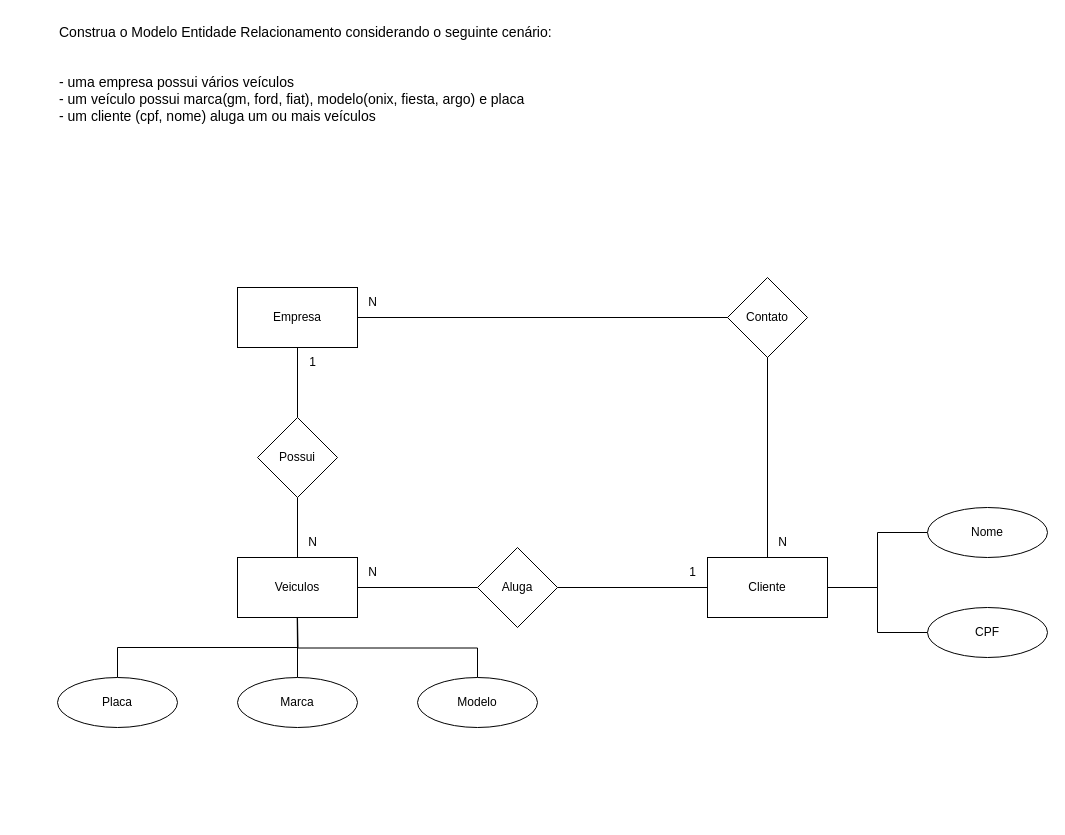
The draw.io diagram Exercícios/Exercício 1.2/1.2 Exercício.drawio in PedroFelix40/Exercicio-Senai-2S, before the edit. Source tidied: cells renumbered, new cells numbered last; positions are measured from the earlier drawing's top-left corner, leaving out a move shared by most shapes. Both pictures are drawn from the tidied source at 100%, with x=0, y=0 at pixel (57, 17).
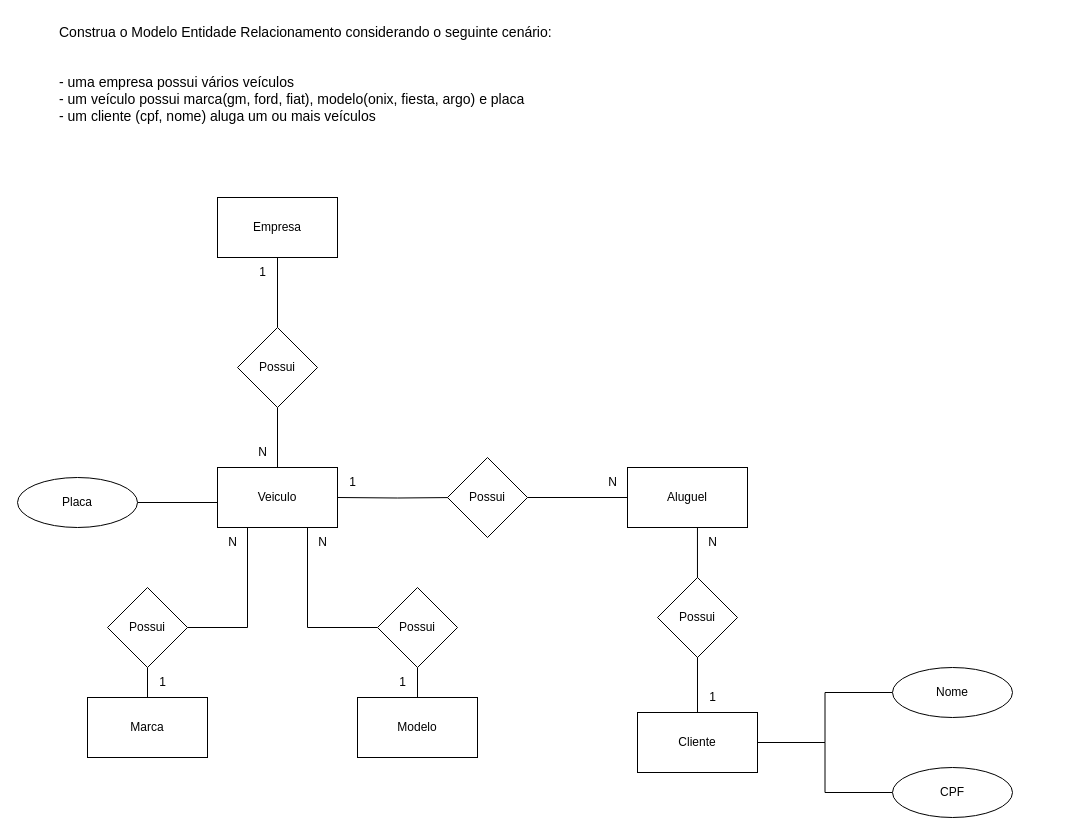
The same diagram, later.

Diff of the diagram source:
```diff
@@
     <mxCell id="2" value="Empresa" style="rounded=0;whiteSpace=wrap;html=1;" parent="1" vertex="1">
-      <mxGeometry x="180" y="270" width="120" height="60" as="geometry" />
+      <mxGeometry x="160" y="180" width="120" height="60" as="geometry" />
     </mxCell>
-    <mxCell id="3" style="edgeStyle=orthogonalEdgeStyle;rounded=0;jettySize=auto;html=1;exitX=0.5;exitY=0;exitDx=0;exitDy=0;entryX=1;entryY=0.5;entryDx=0;entryDy=0;endArrow=none;endFill=0;" parent="1" edge="1" source="4" target="2">
-      <mxGeometry relative="1" as="geometry" />
-    </mxCell>
+    <mxCell id="30" style="edgeStyle=orthogonalEdgeStyle;rounded=0;jettySize=auto;html=1;exitX=0.5;exitY=0;exitDx=0;exitDy=0;entryX=0.583;entryY=1.007;entryDx=0;entryDy=0;entryPerimeter=0;endArrow=none;endFill=0;" parent="1" edge="1" source="4" target="37">
+      <mxGeometry relative="1" as="geometry" />
+    </mxCell>
     <mxCell id="4" value="Cliente" style="rounded=0;whiteSpace=wrap;html=1;" parent="1" vertex="1">
-      <mxGeometry x="650" y="540" width="120" height="60" as="geometry" />
+      <mxGeometry x="580" y="695" width="120" height="60" as="geometry" />
     </mxCell>
-    <mxCell id="5" style="edgeStyle=orthogonalEdgeStyle;rounded=0;jettySize=auto;html=1;exitX=1;exitY=0.5;exitDx=0;exitDy=0;entryX=0;entryY=0.5;entryDx=0;entryDy=0;endArrow=none;endFill=0;" parent="1" edge="1" source="7" target="4">
-      <mxGeometry relative="1" as="geometry" />
-    </mxCell>
-    <mxCell id="6" style="edgeStyle=orthogonalEdgeStyle;rounded=0;jettySize=auto;html=1;exitX=0;exitY=0.5;exitDx=0;exitDy=0;endArrow=none;endFill=0;" parent="1" edge="1" source="7" target="12">
-      <mxGeometry relative="1" as="geometry" />
+    <mxCell id="6" style="edgeStyle=orthogonalEdgeStyle;rounded=0;jettySize=auto;html=1;exitX=0;exitY=0.5;exitDx=0;exitDy=0;endArrow=none;endFill=0;" parent="1" edge="1" target="12">
+      <mxGeometry relative="1" as="geometry">
+        <mxPoint x="400" y="480" as="sourcePoint" />
+      </mxGeometry>
     </mxCell>
-    <mxCell id="7" value="Aluga" style="rhombus;whiteSpace=wrap;html=1;" parent="1" vertex="1">
-      <mxGeometry x="420" y="530" width="80" height="80" as="geometry" />
-    </mxCell>
@@
     <mxCell id="9" value="CPF" style="ellipse;whiteSpace=wrap;html=1;" parent="1" vertex="1">
-      <mxGeometry x="870" y="590" width="120" height="50" as="geometry" />
+      <mxGeometry x="835" y="750" width="120" height="50" as="geometry" />
     </mxCell>
@@
     <mxCell id="11" value="Nome" style="ellipse;whiteSpace=wrap;html=1;" parent="1" vertex="1">
-      <mxGeometry x="870" y="490" width="120" height="50" as="geometry" />
+      <mxGeometry x="835" y="650" width="120" height="50" as="geometry" />
     </mxCell>
-    <mxCell id="12" value="Veiculos" style="rounded=0;whiteSpace=wrap;html=1;" parent="1" vertex="1">
-      <mxGeometry x="180" y="540" width="120" height="60" as="geometry" />
+    <mxCell id="12" value="Veiculo" style="rounded=0;whiteSpace=wrap;html=1;" parent="1" vertex="1">
+      <mxGeometry x="160" y="450" width="120" height="60" as="geometry" />
     </mxCell>
-    <mxCell id="13" style="edgeStyle=orthogonalEdgeStyle;rounded=0;jettySize=auto;html=1;exitX=0.5;exitY=0;exitDx=0;exitDy=0;endArrow=none;endFill=0;" parent="1" edge="1" source="14">
-      <mxGeometry relative="1" as="geometry">
-        <mxPoint x="240" y="600" as="targetPoint" />
-      </mxGeometry>
-    </mxCell>
-    <mxCell id="14" value="Modelo" style="ellipse;whiteSpace=wrap;html=1;" parent="1" vertex="1">
-      <mxGeometry x="360" y="660" width="120" height="50" as="geometry" />
-    </mxCell>
-    <mxCell id="15" style="edgeStyle=orthogonalEdgeStyle;rounded=0;jettySize=auto;html=1;exitX=0.5;exitY=0;exitDx=0;exitDy=0;entryX=0.5;entryY=1;entryDx=0;entryDy=0;endArrow=none;endFill=0;" parent="1" edge="1" source="16" target="12">
-      <mxGeometry relative="1" as="geometry" />
+    <mxCell id="15" style="edgeStyle=orthogonalEdgeStyle;rounded=0;jettySize=auto;html=1;exitX=1;exitY=0.5;exitDx=0;exitDy=0;entryX=0;entryY=0.75;entryDx=0;entryDy=0;endArrow=none;endFill=0;" parent="1" edge="1" source="16" target="12">
+      <mxGeometry relative="1" as="geometry">
+        <Array as="points">
+          <mxPoint x="160" y="485" />
+        </Array>
+      </mxGeometry>
     </mxCell>
     <mxCell id="16" value="Placa" style="ellipse;whiteSpace=wrap;html=1;" parent="1" vertex="1">
-      <mxGeometry y="660" width="120" height="50" as="geometry" />
+      <mxGeometry x="-40" y="460" width="120" height="50" as="geometry" />
     </mxCell>
-    <mxCell id="17" style="edgeStyle=orthogonalEdgeStyle;rounded=0;jettySize=auto;html=1;exitX=0.5;exitY=0;exitDx=0;exitDy=0;endArrow=none;endFill=0;" parent="1" edge="1" source="18">
-      <mxGeometry relative="1" as="geometry">
-        <mxPoint x="239.7" y="600" as="targetPoint" />
-      </mxGeometry>
-    </mxCell>
-    <mxCell id="18" value="Marca" style="ellipse;whiteSpace=wrap;html=1;" parent="1" vertex="1">
-      <mxGeometry x="180" y="660" width="120" height="50" as="geometry" />
-    </mxCell>
-    <mxCell id="19" value="1" style="text;html=1;align=center;verticalAlign=middle;strokeColor=none;fillColor=none;" parent="1" vertex="1">
-      <mxGeometry x="240" y="330" width="30" height="30" as="geometry" />
-    </mxCell>
@@
     <mxCell id="22" value="Possui" style="rhombus;whiteSpace=wrap;html=1;" parent="1" vertex="1">
-      <mxGeometry x="200" y="400" width="80" height="80" as="geometry" />
+      <mxGeometry x="180" y="310" width="80" height="80" as="geometry" />
     </mxCell>
-    <mxCell id="23" value="N" style="text;html=1;align=center;verticalAlign=middle;strokeColor=none;fillColor=none;" parent="1" vertex="1">
-      <mxGeometry x="240" y="510" width="30" height="30" as="geometry" />
-    </mxCell>
-    <mxCell id="24" value="1" style="text;html=1;align=center;verticalAlign=middle;strokeColor=none;fillColor=none;" parent="1" vertex="1">
-      <mxGeometry x="620" y="540" width="30" height="30" as="geometry" />
-    </mxCell>
-    <mxCell id="25" value="N" style="text;html=1;align=center;verticalAlign=middle;strokeColor=none;fillColor=none;" parent="1" vertex="1">
-      <mxGeometry x="300" y="540" width="30" height="30" as="geometry" />
-    </mxCell>
@@
-    <mxCell id="27" value="Contato" style="rhombus;whiteSpace=wrap;html=1;" parent="1" vertex="1">
-      <mxGeometry x="670" y="260" width="80" height="80" as="geometry" />
-    </mxCell>
-    <mxCell id="28" value="N" style="text;html=1;align=center;verticalAlign=middle;strokeColor=none;fillColor=none;" parent="1" vertex="1">
-      <mxGeometry x="300" y="270" width="30" height="30" as="geometry" />
-    </mxCell>
-    <mxCell id="29" value="N" style="text;html=1;align=center;verticalAlign=middle;strokeColor=none;fillColor=none;" parent="1" vertex="1">
-      <mxGeometry x="710" y="510" width="30" height="30" as="geometry" />
-    </mxCell>
+    <mxCell id="18" value="Marca" style="rounded=0;whiteSpace=wrap;html=1;" parent="1" vertex="1">
+      <mxGeometry x="30" y="680" width="120" height="60" as="geometry" />
+    </mxCell>
+    <mxCell id="31" style="edgeStyle=orthogonalEdgeStyle;rounded=0;jettySize=auto;html=1;exitX=0.5;exitY=0;exitDx=0;exitDy=0;entryX=0.5;entryY=1;entryDx=0;entryDy=0;endArrow=none;endFill=0;" parent="1" edge="1" source="14" target="36">
+      <mxGeometry relative="1" as="geometry" />
+    </mxCell>
+    <mxCell id="14" value="Modelo" style="rounded=0;whiteSpace=wrap;html=1;" parent="1" vertex="1">
+      <mxGeometry x="300" y="680" width="120" height="60" as="geometry" />
+    </mxCell>
+    <mxCell id="32" style="edgeStyle=orthogonalEdgeStyle;rounded=0;jettySize=auto;html=1;entryX=0.5;entryY=1;entryDx=0;entryDy=0;endArrow=none;endFill=0;" parent="1" edge="1" source="34" target="12">
+      <mxGeometry relative="1" as="geometry">
+        <Array as="points">
+          <mxPoint x="190" y="610" />
+          <mxPoint x="190" y="510" />
+        </Array>
+      </mxGeometry>
+    </mxCell>
+    <mxCell id="33" style="edgeStyle=orthogonalEdgeStyle;rounded=0;jettySize=auto;html=1;exitX=0.5;exitY=1;exitDx=0;exitDy=0;endArrow=none;endFill=0;" parent="1" edge="1" source="34" target="18">
+      <mxGeometry relative="1" as="geometry" />
+    </mxCell>
+    <mxCell id="34" value="Possui" style="rhombus;whiteSpace=wrap;html=1;" parent="1" vertex="1">
+      <mxGeometry x="50" y="570" width="80" height="80" as="geometry" />
+    </mxCell>
+    <mxCell id="35" style="edgeStyle=orthogonalEdgeStyle;rounded=0;jettySize=auto;html=1;entryX=0.5;entryY=1;entryDx=0;entryDy=0;endArrow=none;endFill=0;" parent="1" edge="1" source="36" target="12">
+      <mxGeometry relative="1" as="geometry">
+        <Array as="points">
+          <mxPoint x="250" y="610" />
+          <mxPoint x="250" y="510" />
+        </Array>
+      </mxGeometry>
+    </mxCell>
+    <mxCell id="36" value="Possui" style="rhombus;whiteSpace=wrap;html=1;" parent="1" vertex="1">
+      <mxGeometry x="320" y="570" width="80" height="80" as="geometry" />
+    </mxCell>
+    <mxCell id="37" value="Aluguel" style="rounded=0;whiteSpace=wrap;html=1;" parent="1" vertex="1">
+      <mxGeometry x="570" y="450" width="120" height="60" as="geometry" />
+    </mxCell>
+    <mxCell id="38" style="edgeStyle=orthogonalEdgeStyle;rounded=0;jettySize=auto;html=1;exitX=1;exitY=0.5;exitDx=0;exitDy=0;entryX=0;entryY=0.5;entryDx=0;entryDy=0;endArrow=none;endFill=0;" parent="1" edge="1" source="39" target="37">
+      <mxGeometry relative="1" as="geometry" />
+    </mxCell>
+    <mxCell id="39" value="Possui" style="rhombus;whiteSpace=wrap;html=1;" parent="1" vertex="1">
+      <mxGeometry x="390" y="440" width="80" height="80" as="geometry" />
+    </mxCell>
+    <mxCell id="40" value="1" style="text;html=1;align=center;verticalAlign=middle;strokeColor=none;fillColor=none;" parent="1" vertex="1">
+      <mxGeometry x="190" y="240" width="30" height="30" as="geometry" />
+    </mxCell>
+    <mxCell id="41" value="N" style="text;html=1;align=center;verticalAlign=middle;strokeColor=none;fillColor=none;" parent="1" vertex="1">
+      <mxGeometry x="190" y="420" width="30" height="30" as="geometry" />
+    </mxCell>
+    <mxCell id="42" value="1" style="text;html=1;align=center;verticalAlign=middle;strokeColor=none;fillColor=none;" parent="1" vertex="1">
+      <mxGeometry x="330" y="650" width="30" height="30" as="geometry" />
+    </mxCell>
+    <mxCell id="43" value="1" style="text;html=1;align=center;verticalAlign=middle;strokeColor=none;fillColor=none;" parent="1" vertex="1">
+      <mxGeometry x="90" y="650" width="30" height="30" as="geometry" />
+    </mxCell>
+    <mxCell id="44" value="N" style="text;html=1;align=center;verticalAlign=middle;strokeColor=none;fillColor=none;" parent="1" vertex="1">
+      <mxGeometry x="250" y="510" width="30" height="30" as="geometry" />
+    </mxCell>
+    <mxCell id="45" value="N" style="text;html=1;align=center;verticalAlign=middle;strokeColor=none;fillColor=none;" parent="1" vertex="1">
+      <mxGeometry x="160" y="510" width="30" height="30" as="geometry" />
+    </mxCell>
+    <mxCell id="46" value="Possui" style="rhombus;whiteSpace=wrap;html=1;" parent="1" vertex="1">
+      <mxGeometry x="600" y="560" width="80" height="80" as="geometry" />
+    </mxCell>
+    <mxCell id="47" value="1" style="text;html=1;align=center;verticalAlign=middle;strokeColor=none;fillColor=none;" parent="1" vertex="1">
+      <mxGeometry x="640" y="665" width="30" height="30" as="geometry" />
+    </mxCell>
+    <mxCell id="48" value="N" style="text;html=1;align=center;verticalAlign=middle;strokeColor=none;fillColor=none;" parent="1" vertex="1">
+      <mxGeometry x="540" y="450" width="30" height="30" as="geometry" />
+    </mxCell>
+    <mxCell id="49" value="1" style="text;html=1;align=center;verticalAlign=middle;strokeColor=none;fillColor=none;" parent="1" vertex="1">
+      <mxGeometry x="280" y="450" width="30" height="30" as="geometry" />
+    </mxCell>
+    <mxCell id="50" value="N" style="text;html=1;align=center;verticalAlign=middle;strokeColor=none;fillColor=none;" parent="1" vertex="1">
+      <mxGeometry x="640" y="510" width="30" height="30" as="geometry" />
+    </mxCell>
```
